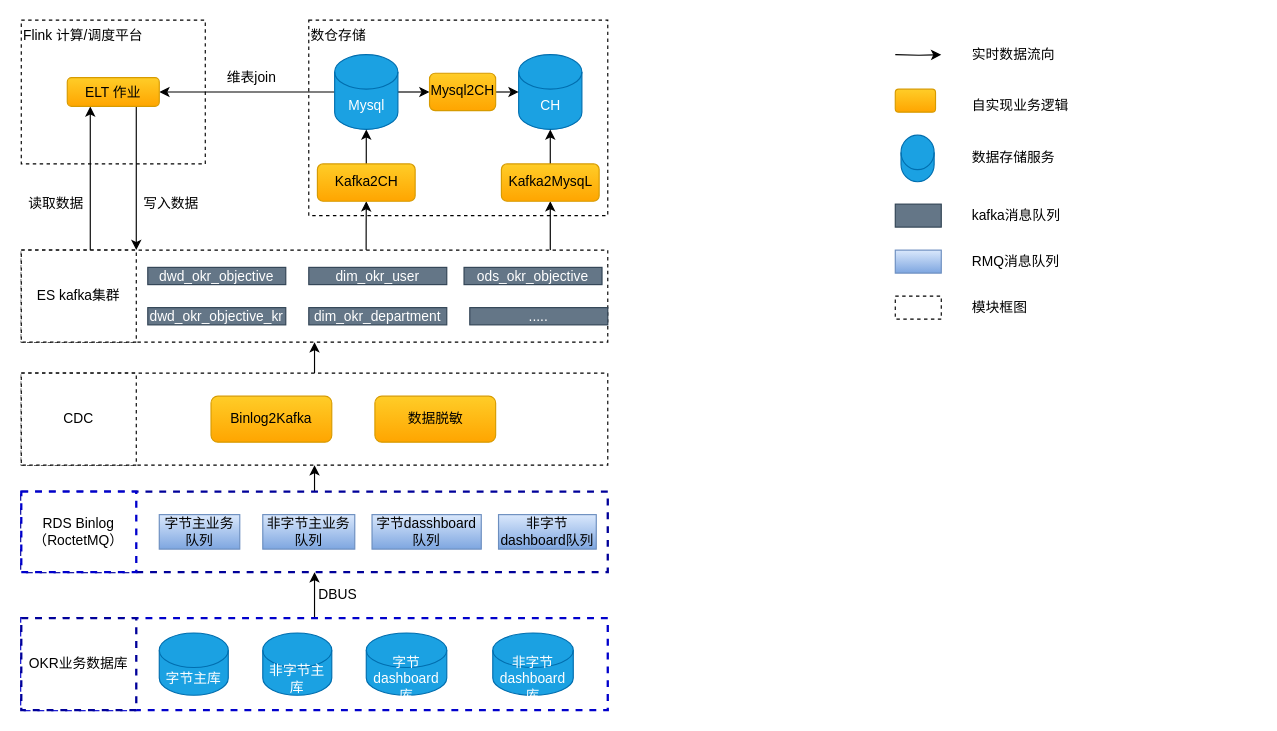
Before: okrx/okrx 数据流.drawio in cicelprg/drawio, a draw.io diagram. Source tidied: cells renumbered, new cells numbered last; positions are measured from the earlier drawing's top-left corner, leaving out a move shared by most shapes. Both pictures are drawn from the tidied source at 115%, with x=0, y=0 at pixel (21, 20).
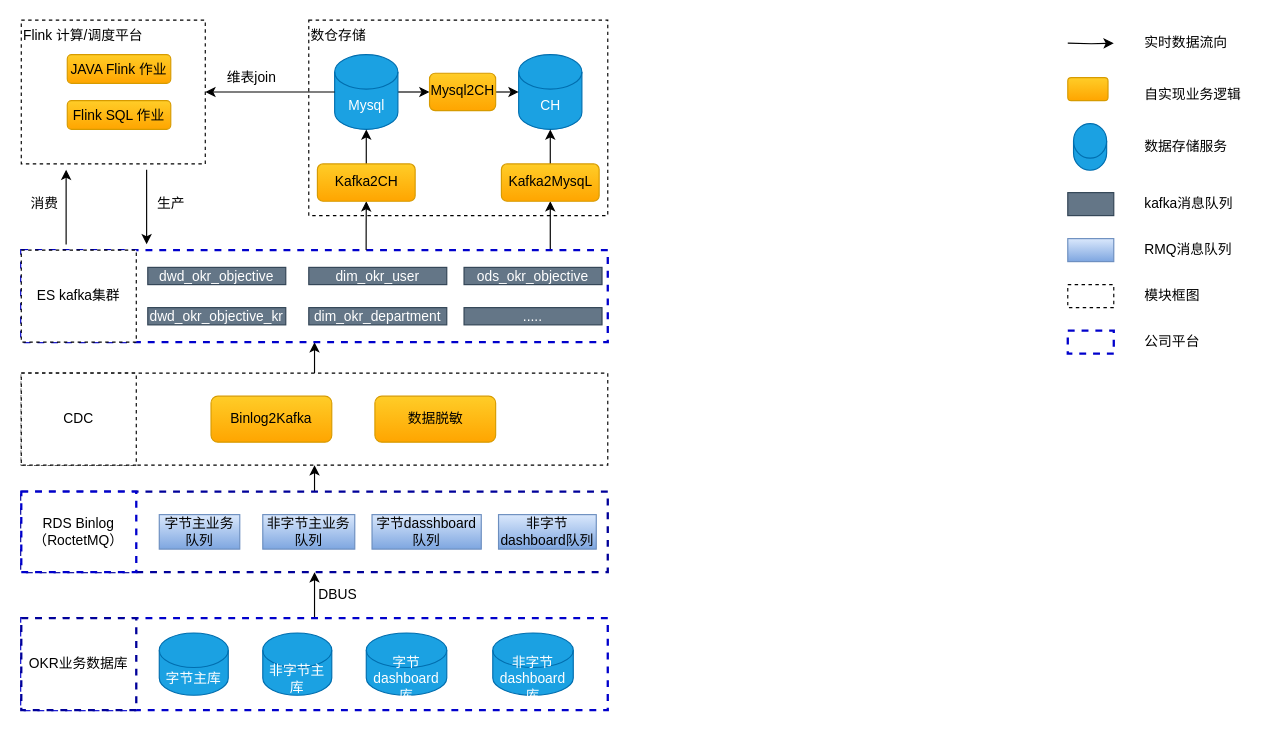
The same page after the edit.

Unchanged cells that the change refers to:
```xml
<mxCell id="19" value="ES kafka集群" style="whiteSpace=wrap;html=1;strokeWidth=1;align=center;dashed=1;" parent="1" vertex="1">
  <mxGeometry y="200" width="100" height="80" as="geometry" />
</mxCell>
<mxCell id="24" value="Mysql" style="shape=cylinder3;whiteSpace=wrap;html=1;boundedLbl=1;backgroundOutline=1;size=15;strokeWidth=1;fillColor=#1ba1e2;align=center;strokeColor=#006EAF;fontColor=#ffffff;" parent="1" vertex="1">
  <mxGeometry x="272.5" y="30" width="55" height="65" as="geometry" />
</mxCell>
```

What changed in the source:
```diff
@@
-    <mxCell id="18" style="rounded=0;whiteSpace=wrap;html=1;strokeWidth=1;fillColor=none;align=left;dashed=1;" parent="1" vertex="1">
+    <mxCell id="18" style="rounded=0;whiteSpace=wrap;html=1;strokeWidth=2;fillColor=none;align=left;dashed=1;strokeColor=#0000CC;" parent="1" vertex="1">
       <mxGeometry y="200" width="510" height="80" as="geometry" />
     </mxCell>
@@
-    <mxCell id="23" style="edgeStyle=orthogonalEdgeStyle;rounded=0;jettySize=auto;html=1;exitX=0;exitY=0.5;exitDx=0;exitDy=0;exitPerimeter=0;entryX=1;entryY=0.5;entryDx=0;entryDy=0;strokeWidth=1;" parent="1" edge="1" source="24" target="34">
-      <mxGeometry relative="1" as="geometry" />
-    </mxCell>
@@
-    <mxCell id="26" value="Flink 计算/调度平台" style="rounded=0;whiteSpace=wrap;html=1;strokeWidth=1;align=left;fillColor=none;verticalAlign=top;dashed=1;" parent="1" vertex="1">
-      <mxGeometry width="160" height="125" as="geometry" />
-    </mxCell>
@@
-    <mxCell id="32" style="edgeStyle=orthogonalEdgeStyle;rounded=0;jettySize=auto;html=1;exitX=0.75;exitY=1;exitDx=0;exitDy=0;entryX=1;entryY=0;entryDx=0;entryDy=0;strokeWidth=1;" parent="1" edge="1" source="34" target="19">
-      <mxGeometry relative="1" as="geometry" />
-    </mxCell>
-    <mxCell id="33" style="edgeStyle=orthogonalEdgeStyle;rounded=0;jettySize=auto;html=1;exitX=0.25;exitY=1;exitDx=0;exitDy=0;entryX=0.6;entryY=0;entryDx=0;entryDy=0;entryPerimeter=0;strokeWidth=1;endArrow=none;endFill=0;startArrow=classic;startFill=1;" parent="1" edge="1" source="34" target="19">
-      <mxGeometry relative="1" as="geometry" />
-    </mxCell>
-    <mxCell id="34" value="ELT 作业" style="rounded=1;whiteSpace=wrap;html=1;strokeWidth=1;fillColor=#ffcd28;align=center;strokeColor=#d79b00;gradientColor=#ffa500;" parent="1" vertex="1">
-      <mxGeometry x="40" y="50" width="80" height="25" as="geometry" />
+    <mxCell id="34" value="Flink SQL 作业" style="rounded=1;whiteSpace=wrap;html=1;strokeWidth=1;fillColor=#ffcd28;align=center;strokeColor=#d79b00;gradientColor=#ffa500;" parent="1" vertex="1">
+      <mxGeometry x="40" y="70" width="90" height="25" as="geometry" />
     </mxCell>
@@
-    <mxCell id="36" value="写入数据" style="text;html=1;align=center;verticalAlign=middle;" parent="1" vertex="1">
-      <mxGeometry x="100" y="150" width="60" height="20" as="geometry" />
-    </mxCell>
@@
-    <mxCell id="38" value="读取数据" style="text;html=1;align=center;verticalAlign=middle;" parent="1" vertex="1">
-      <mxGeometry y="150" width="60" height="20" as="geometry" />
-    </mxCell>
     <mxCell id="39" style="edgeStyle=orthogonalEdgeStyle;rounded=0;orthogonalLoop=1;jettySize=auto;html=1;entryX=0.6;entryY=0;entryDx=0;entryDy=0;entryPerimeter=0;strokeWidth=1;endArrow=none;endFill=0;startArrow=classic;startFill=1;" parent="1" edge="1">
       <mxGeometry relative="1" as="geometry">
-        <mxPoint x="800" y="30" as="sourcePoint" />
-        <mxPoint x="760" y="30" as="targetPoint" />
+        <mxPoint x="950" y="20" as="sourcePoint" />
+        <mxPoint x="910" y="20" as="targetPoint" />
       </mxGeometry>
     </mxCell>
     <mxCell id="40" value="实时数据流向" style="text;html=1;align=left;verticalAlign=middle;" parent="1" vertex="1">
-      <mxGeometry x="825" y="20" width="90" height="20" as="geometry" />
+      <mxGeometry x="975" y="10" width="90" height="20" as="geometry" />
     </mxCell>
     <mxCell id="41" style="rounded=1;whiteSpace=wrap;html=1;strokeWidth=1;fillColor=#ffcd28;align=center;strokeColor=#d79b00;gradientColor=#ffa500;" parent="1" vertex="1">
-      <mxGeometry x="760" y="60" width="35" height="20" as="geometry" />
+      <mxGeometry x="910" y="50" width="35" height="20" as="geometry" />
     </mxCell>
@@
     <mxCell id="43" value="自实现业务逻辑" style="text;html=1;align=left;verticalAlign=middle;" parent="1" vertex="1">
-      <mxGeometry x="825" y="65" width="100" height="20" as="geometry" />
+      <mxGeometry x="975" y="55" width="100" height="20" as="geometry" />
     </mxCell>
     <mxCell id="44" style="shape=cylinder3;whiteSpace=wrap;html=1;boundedLbl=1;backgroundOutline=1;size=15;strokeWidth=1;fillColor=#1ba1e2;align=center;strokeColor=#006EAF;fontColor=#ffffff;" parent="1" vertex="1">
-      <mxGeometry x="765" y="100" width="28.8" height="40.5" as="geometry" />
+      <mxGeometry x="915" y="90" width="28.8" height="40.5" as="geometry" />
     </mxCell>
     <mxCell id="45" value="数据存储服务" style="text;html=1;align=left;verticalAlign=middle;" parent="1" vertex="1">
-      <mxGeometry x="825" y="110.2" width="90" height="20" as="geometry" />
+      <mxGeometry x="975" y="100.2" width="90" height="20" as="geometry" />
     </mxCell>
     <mxCell id="46" style="rounded=0;whiteSpace=wrap;html=1;strokeWidth=1;fillColor=#647687;align=center;strokeColor=#314354;fontColor=#ffffff;" parent="1" vertex="1">
-      <mxGeometry x="760" y="160" width="40" height="20" as="geometry" />
+      <mxGeometry x="910" y="150" width="40" height="20" as="geometry" />
     </mxCell>
     <mxCell id="47" value="kafka消息队列" style="text;html=1;align=left;verticalAlign=middle;" parent="1" vertex="1">
-      <mxGeometry x="825" y="160" width="90" height="20" as="geometry" />
+      <mxGeometry x="975" y="150" width="90" height="20" as="geometry" />
     </mxCell>
     <mxCell id="48" style="rounded=0;whiteSpace=wrap;html=1;strokeWidth=1;fillColor=#dae8fc;align=center;strokeColor=#6c8ebf;gradientColor=#7ea6e0;" parent="1" vertex="1">
-      <mxGeometry x="760" y="200" width="40" height="20" as="geometry" />
+      <mxGeometry x="910" y="190" width="40" height="20" as="geometry" />
     </mxCell>
     <mxCell id="49" value="RMQ消息队列" style="text;html=1;align=left;verticalAlign=middle;" parent="1" vertex="1">
-      <mxGeometry x="825" y="200" width="90" height="20" as="geometry" />
+      <mxGeometry x="975" y="190" width="90" height="20" as="geometry" />
     </mxCell>
     <mxCell id="50" style="rounded=0;whiteSpace=wrap;html=1;strokeWidth=1;fillColor=none;align=left;dashed=1;" parent="1" vertex="1">
-      <mxGeometry x="760" y="240" width="40" height="20" as="geometry" />
+      <mxGeometry x="910" y="230" width="40" height="20" as="geometry" />
     </mxCell>
     <mxCell id="51" value="模块框图" style="text;html=1;align=left;verticalAlign=middle;" parent="1" vertex="1">
-      <mxGeometry x="825" y="240" width="60" height="20" as="geometry" />
+      <mxGeometry x="975" y="230" width="60" height="20" as="geometry" />
     </mxCell>
@@
     <mxCell id="61" value="....." style="rounded=0;whiteSpace=wrap;html=1;strokeWidth=1;fillColor=#647687;align=center;strokeColor=#314354;fontColor=#ffffff;" parent="1" vertex="1">
-      <mxGeometry x="390" y="250" width="120" height="15" as="geometry" />
+      <mxGeometry x="385" y="250" width="120" height="15" as="geometry" />
     </mxCell>
+    <mxCell id="26" value="Flink 计算/调度平台" style="rounded=0;whiteSpace=wrap;html=1;strokeWidth=1;align=left;fillColor=none;verticalAlign=top;dashed=1;" parent="1" vertex="1">
+      <mxGeometry width="160" height="125" as="geometry" />
+    </mxCell>
+    <mxCell id="62" style="edgeStyle=orthogonalEdgeStyle;rounded=0;jettySize=auto;html=1;exitX=0;exitY=0.5;exitDx=0;exitDy=0;exitPerimeter=0;entryX=1;entryY=0.5;entryDx=0;entryDy=0;strokeWidth=1;" parent="1" edge="1" source="24" target="26">
+      <mxGeometry relative="1" as="geometry" />
+    </mxCell>
+    <mxCell id="63" value="JAVA Flink 作业" style="rounded=1;whiteSpace=wrap;html=1;strokeWidth=1;fillColor=#ffcd28;align=center;strokeColor=#d79b00;gradientColor=#ffa500;" parent="1" vertex="1">
+      <mxGeometry x="40" y="30" width="90" height="25" as="geometry" />
+    </mxCell>
+    <mxCell id="64" style="endArrow=classic;html=1;strokeWidth=1;" parent="1" edge="1">
+      <mxGeometry relative="1" as="geometry">
+        <mxPoint x="39" y="195" as="sourcePoint" />
+        <mxPoint x="39" y="130" as="targetPoint" />
+      </mxGeometry>
+    </mxCell>
+    <mxCell id="65" style="endArrow=none;html=1;strokeWidth=1;startArrow=classic;startFill=1;endFill=0;" parent="1" edge="1">
+      <mxGeometry relative="1" as="geometry">
+        <mxPoint x="109" y="195" as="sourcePoint" />
+        <mxPoint x="109" y="130" as="targetPoint" />
+      </mxGeometry>
+    </mxCell>
+    <mxCell id="66" value="消费" style="text;html=1;align=center;verticalAlign=middle;" parent="1" vertex="1">
+      <mxGeometry y="150" width="40" height="20" as="geometry" />
+    </mxCell>
+    <mxCell id="67" value="生产" style="text;html=1;align=center;verticalAlign=middle;" parent="1" vertex="1">
+      <mxGeometry x="110" y="150" width="40" height="20" as="geometry" />
+    </mxCell>
+    <mxCell id="68" style="rounded=0;whiteSpace=wrap;html=1;strokeWidth=2;fillColor=none;align=left;dashed=1;strokeColor=#0000CC;" parent="1" vertex="1">
+      <mxGeometry x="910" y="270" width="40" height="20" as="geometry" />
+    </mxCell>
+    <mxCell id="69" value="公司平台" style="text;html=1;align=left;verticalAlign=middle;" parent="1" vertex="1">
+      <mxGeometry x="975" y="270" width="60" height="20" as="geometry" />
+    </mxCell>
```
